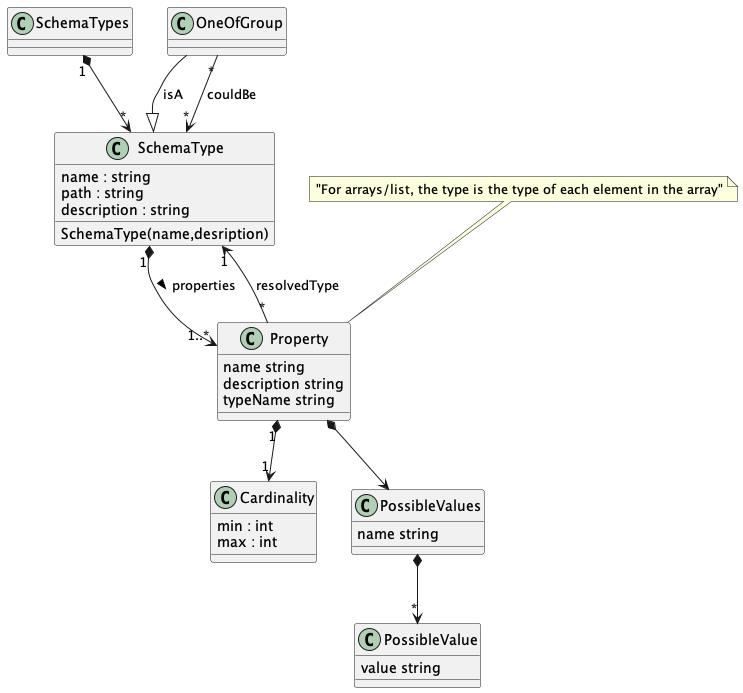
Above: uml/schema-types.png in techcobweb/openapi2beans (PlantUML), before the change.
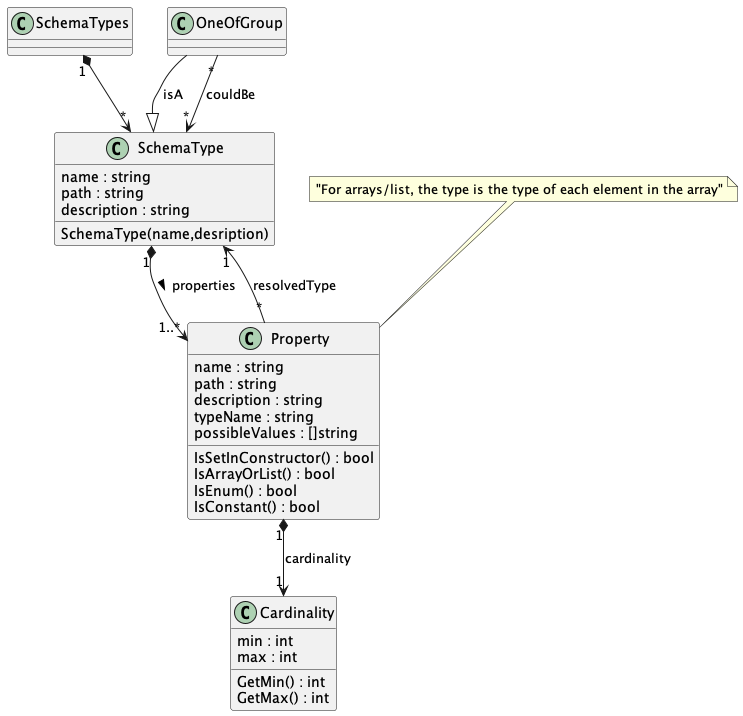
The same diagram one commit later.

Commit message:
edited uml and added functions to schema structures

The edit, as a diff of the source:
```diff
@@ -15,9 +15,16 @@
 
 
 class Property {
-    {field} name string
-    {field} description string
-    {field} typeName string
+    {field} name : string
+    {field} path : string
+    {field} description : string
+    {field} typeName : string
+    {field} possibleValues : []string
+
+    {method} IsSetInConstructor() : bool
+    {method} IsArrayOrList() : bool
+    {method} IsEnum() : bool
+    {method} IsConstant() : bool
 }
 
 note top of Property : "For arrays/list, the type is the type of each element in the array"
@@ -25,22 +32,15 @@
 
 Property "*" --> "1" SchemaType : resolvedType
 
-Property "1" *--> "1" Cardinality
+Property "1" *--> "1" Cardinality : cardinality
 
 class Cardinality {
     {field} min : int
     {field} max : int
+
+    {method} GetMin() : int
+    {method} GetMax() : int
 }
-
-class PossibleValues {
-    {field} name string
-}
-
-class PossibleValue {
-    {field} value string
-}
-PossibleValues *--> "*" PossibleValue
-Property *--> PossibleValues
 
 class OneOfGroup {
 }
```
